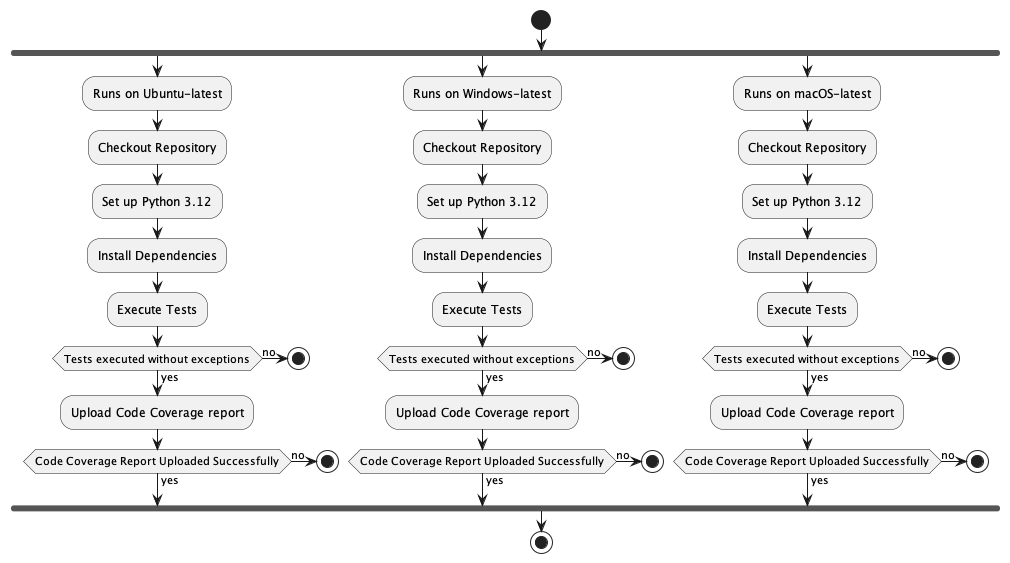
The PlantUML diagram SSG-API-Testing-Application-v2/docs/assets/developer-guide/CICDActivityDiagram.png in ssg-wsg/Sample-Codes, before a commit. Source of this version:
```plantuml
@startuml
start
fork
:Runs on Ubuntu-latest;
:Checkout Repository;
:Set up Python 3.12;
:Install Dependencies;
:Execute Tests;

if (Tests executed without exceptions) then (yes)
    :Upload Code Coverage report;
    if (Code Coverage Report Uploaded Successfully) then (yes)
    else (no)
        stop
    endif

else (no)
    stop
endif

fork again
:Runs on Windows-latest;
:Checkout Repository;
:Set up Python 3.12;
:Install Dependencies;
:Execute Tests;

if (Tests executed without exceptions) then (yes)
    :Upload Code Coverage report;
    if (Code Coverage Report Uploaded Successfully) then (yes)
    else (no)
        stop
    endif

else (no)
    stop
endif

fork again
:Runs on macOS-latest;
:Checkout Repository;
:Set up Python 3.12;
:Install Dependencies;
:Execute Tests;

if (Tests executed without exceptions) then (yes)
    :Upload Code Coverage report;
    if (Code Coverage Report Uploaded Successfully) then (yes)
    else (no)
        stop
    endif

else (no)
    stop
endif

endfork
stop

@enduml
```
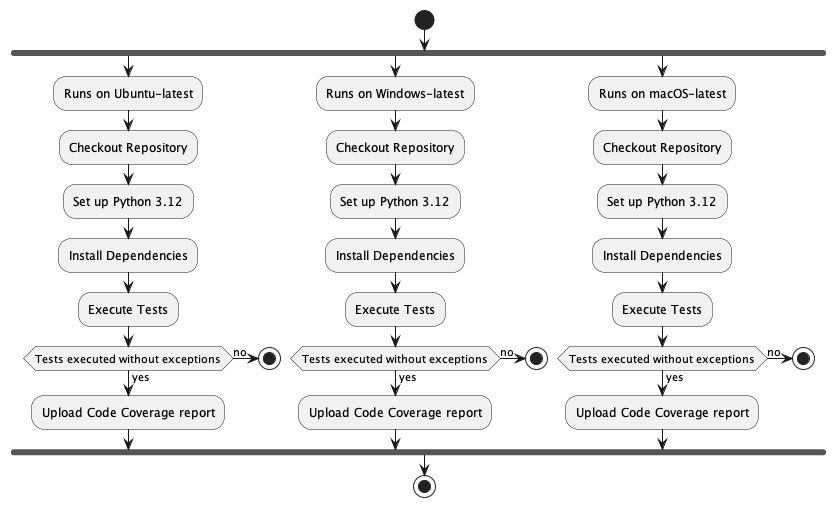
After the change.

The edit, as a diff of the source:
```diff
@@ -9,11 +9,6 @@
 
 if (Tests executed without exceptions) then (yes)
     :Upload Code Coverage report;
-    if (Code Coverage Report Uploaded Successfully) then (yes)
-    else (no)
-        stop
-    endif
-
 else (no)
     stop
 endif
@@ -27,11 +22,6 @@
 
 if (Tests executed without exceptions) then (yes)
     :Upload Code Coverage report;
-    if (Code Coverage Report Uploaded Successfully) then (yes)
-    else (no)
-        stop
-    endif
-
 else (no)
     stop
 endif
@@ -45,11 +35,6 @@
 
 if (Tests executed without exceptions) then (yes)
     :Upload Code Coverage report;
-    if (Code Coverage Report Uploaded Successfully) then (yes)
-    else (no)
-        stop
-    endif
-
 else (no)
     stop
 endif
```
